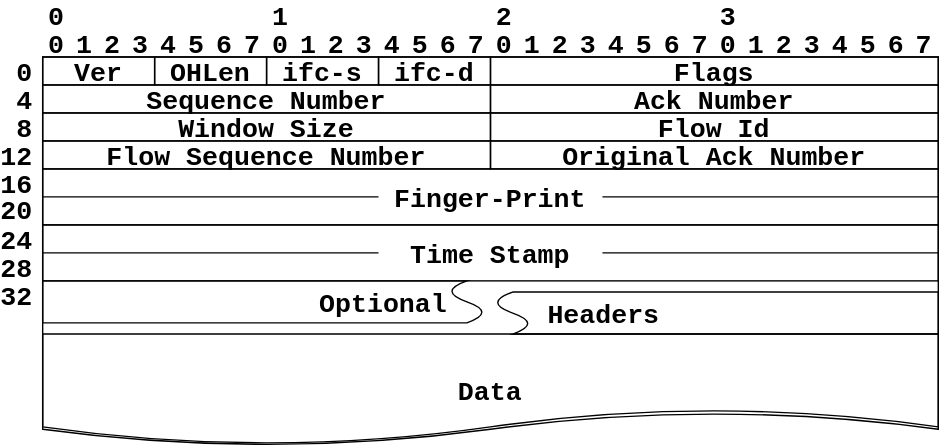
The draw.io diagram Enhancement-Abhijit/img/Packet_format.svg in abhimp/PhDRelated, before a commit. Source tidied: cells renumbered, new cells last; positions are measured from the earlier drawing's top-left corner, leaving out a move shared by most shapes.
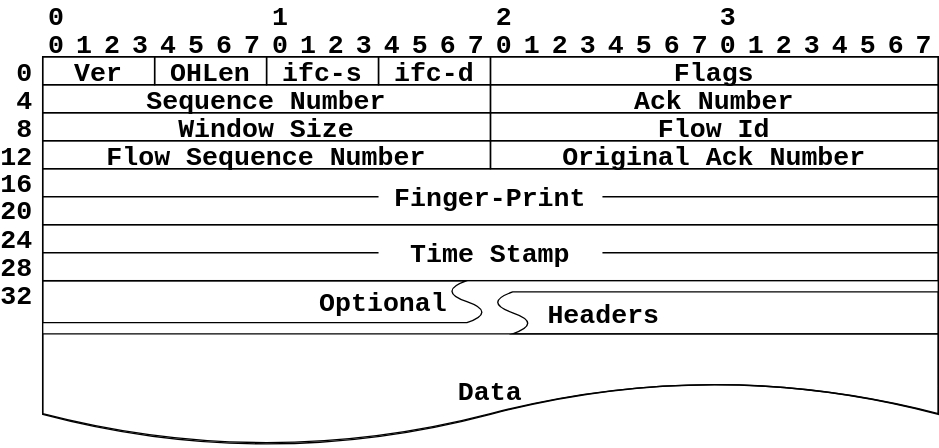
Later version of the same file.

What changed in the source:
```diff
@@ -2,11 +2,11 @@
   <root>
     <mxCell id="0" />
     <mxCell id="1" parent="0" />
-    <mxCell id="2" value="Data" style="shape=document;strokeColor=#000000;strokeWidth=1;fillColor=none;gradientColor=#00F000;fontFamily=Courier New;fontSize=19;align=center;fontStyle=1;verticalAlign=middle;" parent="1" vertex="1">
+    <mxCell id="2" value="Data" style="shape=document;strokeColor=#000000;strokeWidth=1;fillColor=none;gradientColor=#00F000;fontFamily=Courier New;fontSize=19;align=center;fontStyle=1;verticalAlign=middle;size=0.575;" parent="1" vertex="1">
       <mxGeometry x="25" y="238" width="640" height="80" as="geometry" />
     </mxCell>
-    <mxCell id="3" style="shape=document;whiteSpace=wrap;html=1;strokeColor=#000000;strokeWidth=1;fillColor=none;gradientColor=#00F000;fontFamily=Courier New;fontSize=19;align=center;size=0.0915229885057472;" parent="1" vertex="1">
-      <mxGeometry x="25" y="40" width="640" height="277" as="geometry" />
+    <mxCell id="3" style="shape=document;whiteSpace=wrap;html=1;strokeColor=#000000;strokeWidth=1;fillColor=none;gradientColor=#00F000;fontFamily=Courier New;fontSize=19;align=center;size=0.16845878136200718;" parent="1" vertex="1">
+      <mxGeometry x="25" y="40" width="640" height="279" as="geometry" />
     </mxCell>
     <mxCell id="4" value="Ver" style="strokeColor=#000000;strokeWidth=1;fillColor=none;gradientColor=#00F000;fontFamily=Courier New;fontSize=19;align=center;fontStyle=1;verticalAlign=middle;" parent="1" vertex="1">
       <mxGeometry x="25" y="40" width="80" height="20" as="geometry" />
```
